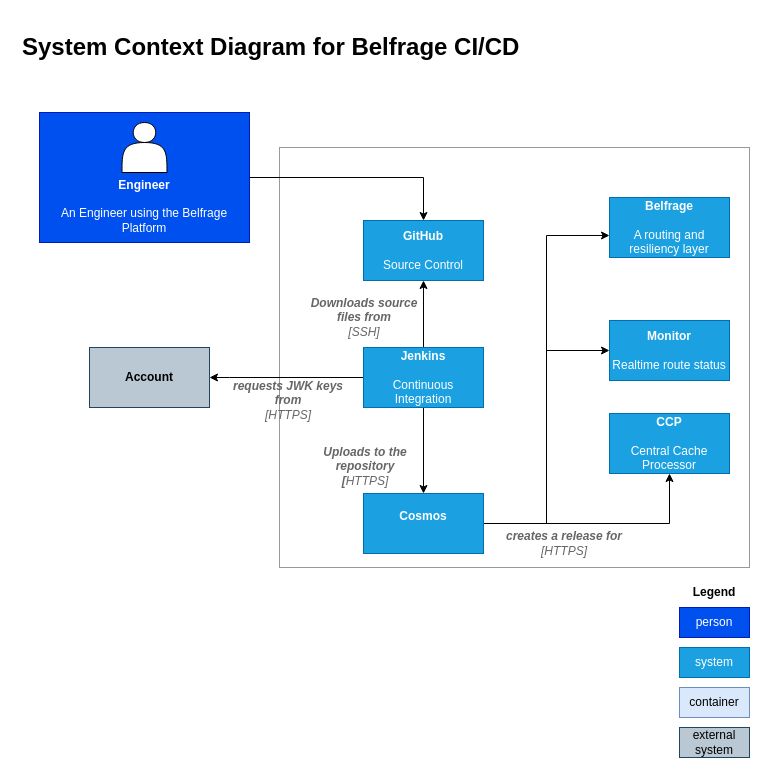
The draw.io diagram docs/source/architecture/c4-cicd-level-1.drawio in tracy-o/learning-day, before the edit. Source tidied: cells renumbered, new cells numbered last; positions are measured from the earlier drawing's top-left corner, leaving out a move shared by most shapes. Both pictures are drawn from the tidied source at 100%, with x=0, y=0 at pixel (17, 27).
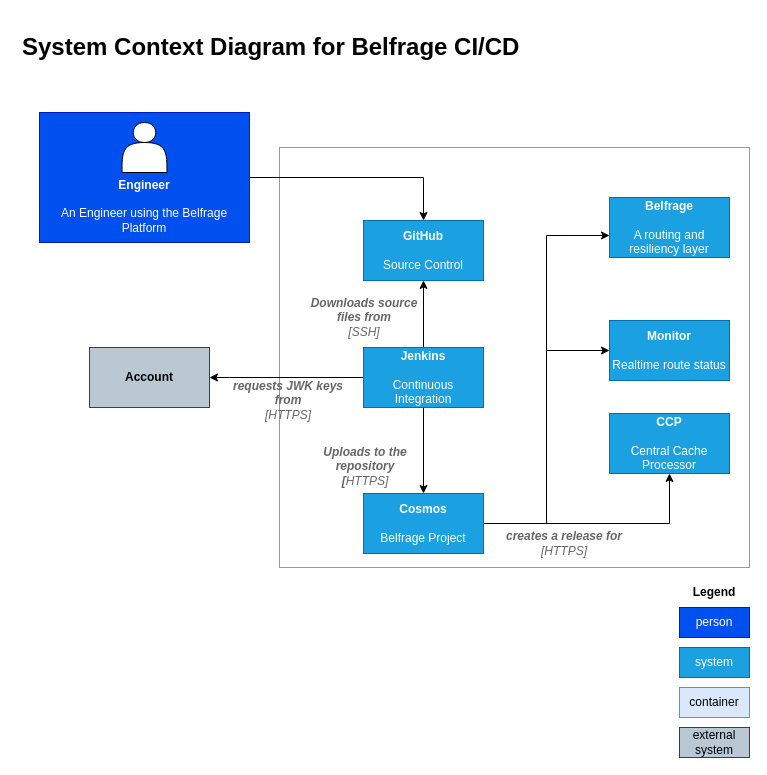
Above is the later version.

The edit, as a diff of the source:
```diff
@@
-    <mxCell id="26" value="&lt;b&gt;Cosmos&lt;/b&gt;&lt;br&gt;&lt;br&gt;" style="rounded=0;whiteSpace=wrap;html=1;fillColor=#1ba1e2;strokeColor=#006EAF;fontColor=#ffffff;" parent="1" vertex="1">
+    <mxCell id="26" value="&lt;b&gt;Cosmos&lt;/b&gt;&lt;br&gt;&lt;br&gt;Belfrage Project" style="rounded=0;whiteSpace=wrap;html=1;fillColor=#1ba1e2;strokeColor=#006EAF;fontColor=#ffffff;" parent="1" vertex="1">
       <mxGeometry x="346" y="466" width="120" height="60" as="geometry" />
     </mxCell>
```
